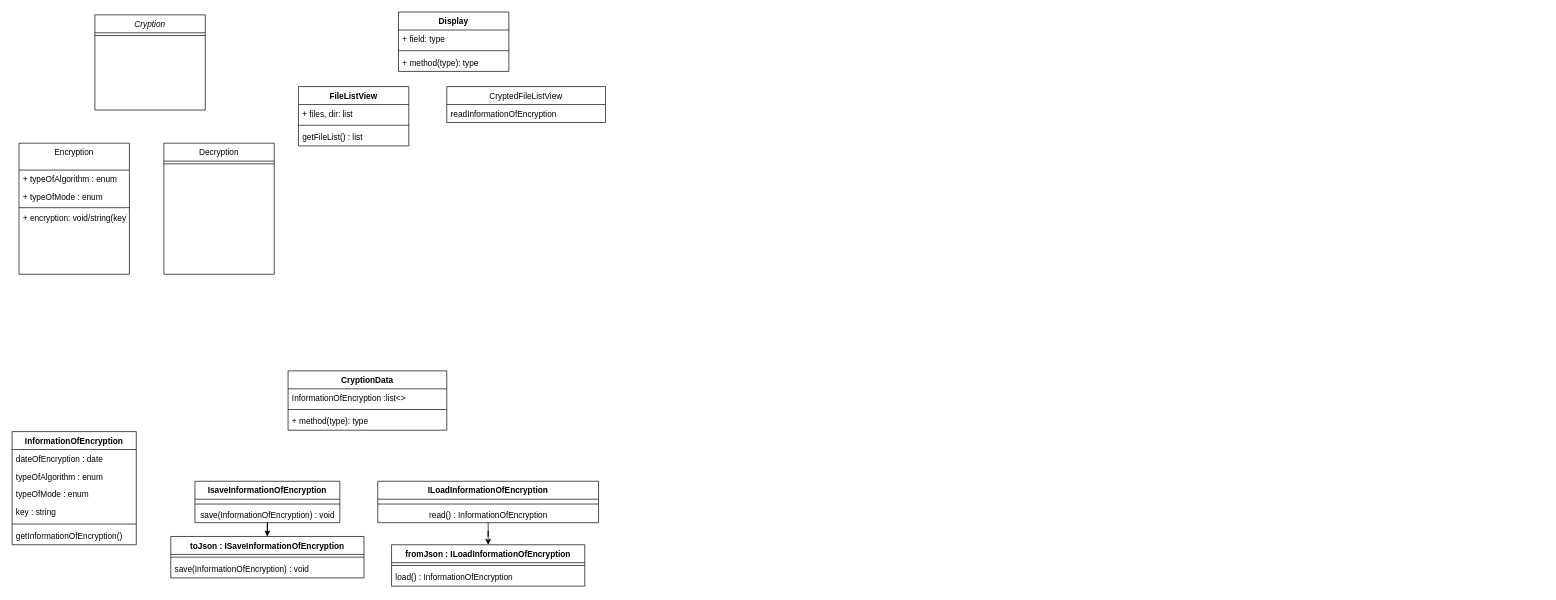
The draw.io diagram encsrp.drawio in Ktosi33/encsrp, before the edit. Source tidied: cells renumbered, new cells numbered last; positions are measured from the earlier drawing's top-left corner, leaving out a move shared by most shapes. Both pictures are drawn from the tidied source at 69%, with x=0, y=0 at pixel (12, 12).
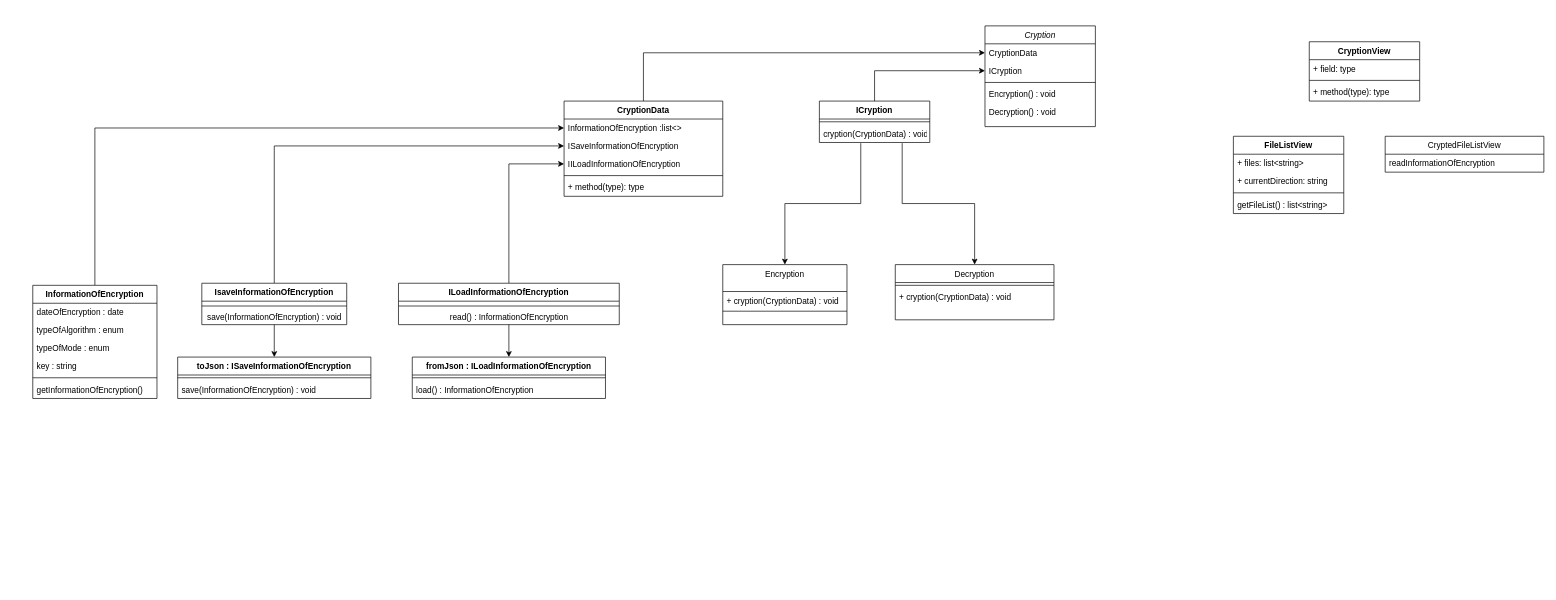
The same diagram, later.

The change refers to these unchanged cells:
```xml
<mxCell id="36" value="InformationOfEncryption :list&lt;&gt;" style="text;strokeColor=none;fillColor=none;align=left;verticalAlign=top;spacingLeft=4;spacingRight=4;overflow=hidden;points=[[0,0.5],[1,0.5]];portConstraint=eastwest;" parent="35" vertex="1">
  <mxGeometry y="26" width="230" height="26" as="geometry" />
</mxCell>
```

Change to the diagram source:
```diff
@@
     <mxCell id="2" value="Cryption" style="swimlane;fontStyle=2;align=center;verticalAlign=top;horizontal=1;startSize=26;rounded=0;shadow=0;strokeWidth=1;" parent="1" vertex="1">
-      <mxGeometry x="120" y="4" width="160" height="138" as="geometry" />
+      <mxGeometry x="1410" y="20" width="160" height="146" as="geometry" />
     </mxCell>
+    <mxCell id="46" value="CryptionData" style="text;strokeColor=none;fillColor=none;align=left;verticalAlign=top;spacingLeft=4;spacingRight=4;overflow=hidden;points=[[0,0.5],[1,0.5]];portConstraint=eastwest;" parent="2" vertex="1">
+      <mxGeometry y="26" width="160" height="26" as="geometry" />
+    </mxCell>
+    <mxCell id="47" value="ICryption" style="text;strokeColor=none;fillColor=none;align=left;verticalAlign=top;spacingLeft=4;spacingRight=4;overflow=hidden;points=[[0,0.5],[1,0.5]];portConstraint=eastwest;" parent="2" vertex="1">
+      <mxGeometry y="52" width="160" height="26" as="geometry" />
+    </mxCell>
     <mxCell id="3" style="line;html=1;strokeWidth=1;align=left;verticalAlign=middle;spacingTop=-1;spacingLeft=3;spacingRight=3;labelPosition=right;" parent="2" vertex="1">
-      <mxGeometry y="26" width="160" height="8" as="geometry" />
+      <mxGeometry y="78" width="160" height="8" as="geometry" />
     </mxCell>
+    <mxCell id="48" value="Encryption() : void" style="text;strokeColor=none;fillColor=none;align=left;verticalAlign=top;spacingLeft=4;spacingRight=4;overflow=hidden;" parent="2" vertex="1">
+      <mxGeometry y="86" width="160" height="26" as="geometry" />
+    </mxCell>
+    <mxCell id="49" value="Decryption() : void" style="text;strokeColor=none;fillColor=none;align=left;verticalAlign=top;spacingLeft=4;spacingRight=4;overflow=hidden;" parent="2" vertex="1">
+      <mxGeometry y="112" width="160" height="26" as="geometry" />
+    </mxCell>
     <mxCell id="4" value="Encryption" style="swimlane;fontStyle=0;align=center;verticalAlign=top;horizontal=1;startSize=39;rounded=0;shadow=0;strokeWidth=1;" parent="1" vertex="1">
-      <mxGeometry x="10" y="190" width="160" height="190" as="geometry" />
+      <mxGeometry x="1030" y="366" width="180" height="87" as="geometry" />
     </mxCell>
-    <mxCell id="5" value="+ typeOfAlgorithm : enum" style="text;align=left;verticalAlign=top;spacingLeft=4;spacingRight=4;overflow=hidden;" parent="4" vertex="1">
-      <mxGeometry y="39" width="160" height="26" as="geometry" />
-    </mxCell>
-    <mxCell id="6" value="+ typeOfMode : enum" style="text;align=left;verticalAlign=top;spacingLeft=4;spacingRight=4;overflow=hidden;rounded=0;shadow=0;html=0;" parent="4" vertex="1">
-      <mxGeometry y="65" width="160" height="26" as="geometry" />
-    </mxCell>
+    <mxCell id="8" value="+ cryption(CryptionData) : void" style="text;align=left;verticalAlign=top;spacingLeft=4;spacingRight=4;overflow=hidden;rounded=0;shadow=0;html=0;" parent="4" vertex="1">
+      <mxGeometry y="39" width="180" height="26" as="geometry" />
+    </mxCell>
     <mxCell id="7" style="line;html=1;strokeWidth=1;align=left;verticalAlign=middle;spacingTop=-1;spacingLeft=3;spacingRight=3;labelPosition=right;" parent="4" vertex="1">
-      <mxGeometry y="91" width="160" height="5" as="geometry" />
+      <mxGeometry y="65" width="180" height="5" as="geometry" />
     </mxCell>
-    <mxCell id="8" value="+ encryption: void/string(key)" style="text;align=left;verticalAlign=top;spacingLeft=4;spacingRight=4;overflow=hidden;rounded=0;shadow=0;html=0;" parent="4" vertex="1">
-      <mxGeometry y="96" width="160" height="26" as="geometry" />
-    </mxCell>
     <mxCell id="9" value="Decryption" style="swimlane;fontStyle=0;align=center;verticalAlign=top;horizontal=1;startSize=26;rounded=0;shadow=0;strokeWidth=1;" parent="1" vertex="1">
-      <mxGeometry x="220" y="190" width="160" height="190" as="geometry" />
+      <mxGeometry x="1280" y="366" width="230" height="80" as="geometry" />
     </mxCell>
     <mxCell id="10" style="line;html=1;strokeWidth=1;align=left;verticalAlign=middle;spacingTop=-1;spacingLeft=3;spacingRight=3;labelPosition=right;" parent="9" vertex="1">
-      <mxGeometry y="26" width="160" height="8" as="geometry" />
+      <mxGeometry y="26" width="230" height="8" as="geometry" />
     </mxCell>
+    <mxCell id="50" value="+ cryption(CryptionData) : void" style="text;align=left;verticalAlign=top;spacingLeft=4;spacingRight=4;overflow=hidden;rounded=0;shadow=0;html=0;" parent="9" vertex="1">
+      <mxGeometry y="34" width="230" height="26" as="geometry" />
+    </mxCell>
-    <mxCell id="11" value="Display" style="swimlane;fontStyle=1;align=center;verticalAlign=top;horizontal=1;startSize=26;" parent="1" vertex="1">
-      <mxGeometry x="560" width="160" height="86" as="geometry" />
+    <mxCell id="11" value="CryptionView" style="swimlane;fontStyle=1;align=center;verticalAlign=top;horizontal=1;startSize=26;" parent="1" vertex="1">
+      <mxGeometry x="1880" y="43" width="160" height="86" as="geometry" />
     </mxCell>
@@
     <mxCell id="15" value="FileListView" style="swimlane;fontStyle=1;align=center;verticalAlign=top;horizontal=1;startSize=26;" parent="1" vertex="1">
-      <mxGeometry x="415" y="108" width="160" height="86" as="geometry" />
+      <mxGeometry x="1770" y="180" width="160" height="112" as="geometry" />
     </mxCell>
-    <mxCell id="16" value="+ files, dir: list" style="text;strokeColor=none;fillColor=none;align=left;verticalAlign=top;spacingLeft=4;spacingRight=4;overflow=hidden;" parent="15" vertex="1">
+    <mxCell id="16" value="+ files: list&lt;string&gt;" style="text;strokeColor=none;fillColor=none;align=left;verticalAlign=top;spacingLeft=4;spacingRight=4;overflow=hidden;" parent="15" vertex="1">
       <mxGeometry y="26" width="160" height="26" as="geometry" />
     </mxCell>
+    <mxCell id="51" value="+ currentDirection: string" style="text;strokeColor=none;fillColor=none;align=left;verticalAlign=top;spacingLeft=4;spacingRight=4;overflow=hidden;" parent="15" vertex="1">
+      <mxGeometry y="52" width="160" height="26" as="geometry" />
+    </mxCell>
     <mxCell id="17" style="line;strokeWidth=1;fillColor=none;align=left;verticalAlign=middle;spacingTop=-1;spacingLeft=3;spacingRight=3;labelPosition=right;" parent="15" vertex="1">
-      <mxGeometry y="52" width="160" height="8" as="geometry" />
+      <mxGeometry y="78" width="160" height="8" as="geometry" />
     </mxCell>
-    <mxCell id="18" value="getFileList() : list" style="text;strokeColor=none;fillColor=none;align=left;verticalAlign=top;spacingLeft=4;spacingRight=4;overflow=hidden;" parent="15" vertex="1">
-      <mxGeometry y="60" width="160" height="26" as="geometry" />
+    <mxCell id="18" value="getFileList() : list&lt;string&gt;" style="text;strokeColor=none;fillColor=none;align=left;verticalAlign=top;spacingLeft=4;spacingRight=4;overflow=hidden;" parent="15" vertex="1">
+      <mxGeometry y="86" width="160" height="26" as="geometry" />
     </mxCell>
+    <mxCell id="52" style="edgeStyle=orthogonalEdgeStyle;rounded=0;jettySize=auto;html=1;entryX=0;entryY=0.5;entryDx=0;entryDy=0;" parent="1" edge="1" source="19" target="36">
+      <mxGeometry relative="1" as="geometry" />
+    </mxCell>
     <mxCell id="19" value="InformationOfEncryption" style="swimlane;fontStyle=1;align=center;verticalAlign=top;horizontal=1;startSize=26;" parent="1" vertex="1">
-      <mxGeometry y="608" width="180" height="164" as="geometry" />
+      <mxGeometry x="30" y="396" width="180" height="164" as="geometry" />
     </mxCell>
@@
+    <mxCell id="53" style="edgeStyle=orthogonalEdgeStyle;rounded=0;jettySize=auto;html=1;entryX=0;entryY=0.5;entryDx=0;entryDy=0;" parent="1" edge="1" source="27" target="56">
+      <mxGeometry relative="1" as="geometry" />
+    </mxCell>
     <mxCell id="27" value="IsaveInformationOfEncryption" style="swimlane;fontStyle=1;align=center;verticalAlign=top;horizontal=1;startSize=26;" parent="1" vertex="1">
-      <mxGeometry x="265" y="680" width="210" height="60" as="geometry" />
+      <mxGeometry x="275" y="393" width="210" height="60" as="geometry" />
     </mxCell>
@@
+    <mxCell id="54" style="edgeStyle=orthogonalEdgeStyle;rounded=0;jettySize=auto;html=1;entryX=0;entryY=0.5;entryDx=0;entryDy=0;" parent="1" edge="1" source="30" target="57">
+      <mxGeometry relative="1" as="geometry" />
+    </mxCell>
     <mxCell id="30" value="ILoadInformationOfEncryption" style="swimlane;fontStyle=1;align=center;verticalAlign=top;horizontal=1;startSize=26;" parent="1" vertex="1">
-      <mxGeometry x="530" y="680" width="320" height="60" as="geometry" />
+      <mxGeometry x="560" y="393" width="320" height="60" as="geometry" />
     </mxCell>
@@
     <mxCell id="33" value="CryptedFileListView" style="swimlane;fontStyle=0;horizontal=1;startSize=26;fillColor=none;" parent="1" vertex="1">
-      <mxGeometry x="630" y="108" width="230" height="52" as="geometry" />
+      <mxGeometry x="1990" y="180" width="230" height="52" as="geometry" />
     </mxCell>
@@
+    <mxCell id="55" style="edgeStyle=orthogonalEdgeStyle;rounded=0;jettySize=auto;html=1;" parent="1" edge="1" source="35" target="46">
+      <mxGeometry relative="1" as="geometry" />
+    </mxCell>
     <mxCell id="35" value="CryptionData" style="swimlane;fontStyle=1;align=center;verticalAlign=top;horizontal=1;startSize=26;" parent="1" vertex="1">
-      <mxGeometry x="400" y="520" width="230" height="86" as="geometry" />
+      <mxGeometry x="800" y="129" width="230" height="138" as="geometry" />
     </mxCell>
@@
+    <mxCell id="56" value="ISaveInformationOfEncryption " style="text;strokeColor=none;fillColor=none;align=left;verticalAlign=top;spacingLeft=4;spacingRight=4;overflow=hidden;points=[[0,0.5],[1,0.5]];portConstraint=eastwest;" parent="35" vertex="1">
+      <mxGeometry y="52" width="230" height="26" as="geometry" />
+    </mxCell>
+    <mxCell id="57" value="IILoadInformationOfEncryption " style="text;strokeColor=none;fillColor=none;align=left;verticalAlign=top;spacingLeft=4;spacingRight=4;overflow=hidden;points=[[0,0.5],[1,0.5]];portConstraint=eastwest;" parent="35" vertex="1">
+      <mxGeometry y="78" width="230" height="26" as="geometry" />
+    </mxCell>
     <mxCell id="37" style="line;strokeWidth=1;fillColor=none;align=left;verticalAlign=middle;spacingTop=-1;spacingLeft=3;spacingRight=3;labelPosition=right;" parent="35" vertex="1">
-      <mxGeometry y="52" width="230" height="8" as="geometry" />
+      <mxGeometry y="104" width="230" height="8" as="geometry" />
     </mxCell>
     <mxCell id="38" value="+ method(type): type" style="text;strokeColor=none;fillColor=none;align=left;verticalAlign=top;spacingLeft=4;spacingRight=4;overflow=hidden;" parent="35" vertex="1">
-      <mxGeometry y="60" width="230" height="26" as="geometry" />
+      <mxGeometry y="112" width="230" height="26" as="geometry" />
     </mxCell>
     <mxCell id="39" value="toJson : ISaveInformationOfEncryption" style="swimlane;fontStyle=1;align=center;verticalAlign=top;horizontal=1;startSize=26;" parent="1" vertex="1">
-      <mxGeometry x="230" y="760" width="280" height="60" as="geometry" />
+      <mxGeometry x="240" y="500" width="280" height="60" as="geometry" />
     </mxCell>
@@
     <mxCell id="42" value="fromJson : ILoadInformationOfEncryption" style="swimlane;fontStyle=1;align=center;verticalAlign=top;horizontal=1;startSize=26;" parent="1" vertex="1">
-      <mxGeometry x="550" y="772" width="280" height="60" as="geometry" />
+      <mxGeometry x="580" y="500" width="280" height="60" as="geometry" />
     </mxCell>
@@
+    <mxCell id="58" style="edgeStyle=orthogonalEdgeStyle;rounded=0;jettySize=auto;html=1;entryX=0;entryY=0.5;entryDx=0;entryDy=0;" parent="1" edge="1" source="59" target="47">
+      <mxGeometry relative="1" as="geometry" />
+    </mxCell>
+    <mxCell id="59" value="ICryption" style="swimlane;fontStyle=1;align=center;verticalAlign=top;horizontal=1;startSize=26;" parent="1" vertex="1">
+      <mxGeometry x="1170" y="129" width="160" height="60" as="geometry" />
+    </mxCell>
+    <mxCell id="60" style="line;strokeWidth=1;fillColor=none;align=left;verticalAlign=middle;spacingTop=-1;spacingLeft=3;spacingRight=3;labelPosition=right;" parent="59" vertex="1">
+      <mxGeometry y="26" width="160" height="8" as="geometry" />
+    </mxCell>
+    <mxCell id="61" value="cryption(CryptionData) : void" style="text;strokeColor=none;fillColor=none;align=left;verticalAlign=top;spacingLeft=4;spacingRight=4;overflow=hidden;points=[[0,0.5],[1,0.5]];portConstraint=eastwest;" parent="59" vertex="1">
+      <mxGeometry y="34" width="160" height="26" as="geometry" />
+    </mxCell>
+    <mxCell id="62" style="edgeStyle=orthogonalEdgeStyle;rounded=0;jettySize=auto;html=1;exitX=0.375;exitY=1.038;exitDx=0;exitDy=0;exitPerimeter=0;" parent="1" edge="1" source="61" target="4">
+      <mxGeometry relative="1" as="geometry" />
+    </mxCell>
+    <mxCell id="63" style="edgeStyle=orthogonalEdgeStyle;rounded=0;jettySize=auto;html=1;exitX=0.75;exitY=1.038;exitDx=0;exitDy=0;exitPerimeter=0;" parent="1" edge="1" source="61" target="9">
+      <mxGeometry relative="1" as="geometry" />
+    </mxCell>
```
